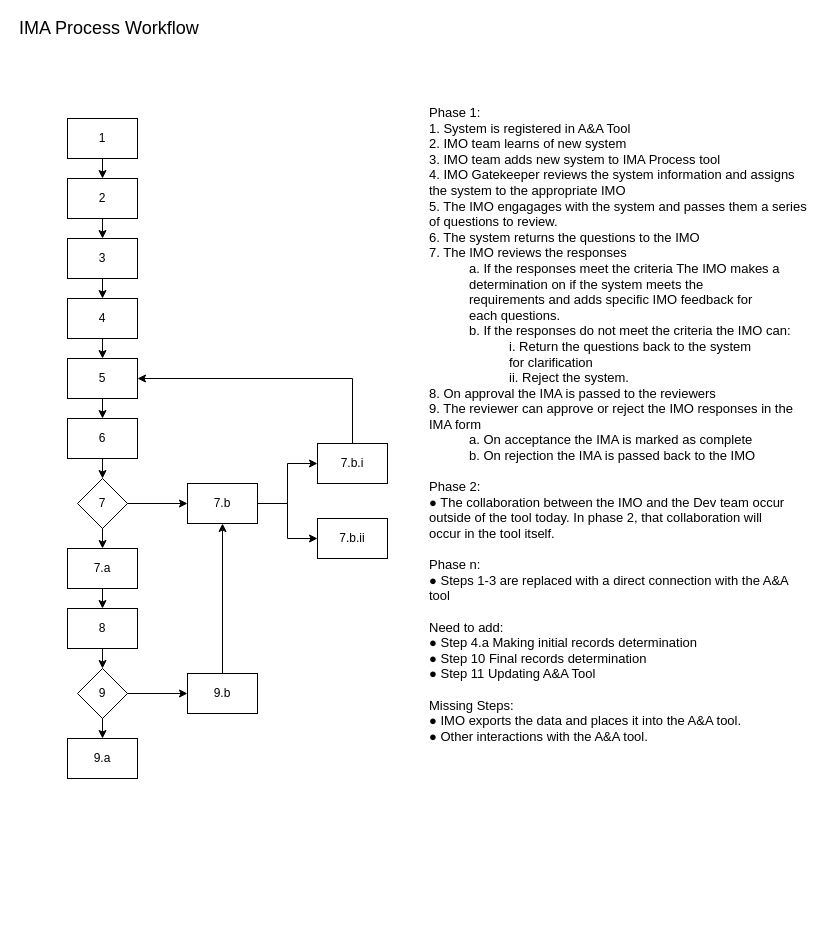
This is page "IMA Process" (1 of 5) of Drawings/Eva/Workflows.drawio from flare891/rmslow, a draw.io file, before an edit. Source tidied: cells renumbered, new cells numbered last; positions are measured from the earlier drawing's top-left corner, leaving out a move shared by most shapes. Both pictures are drawn from the tidied source at 100%, with x=0, y=0 at pixel (17, 18).
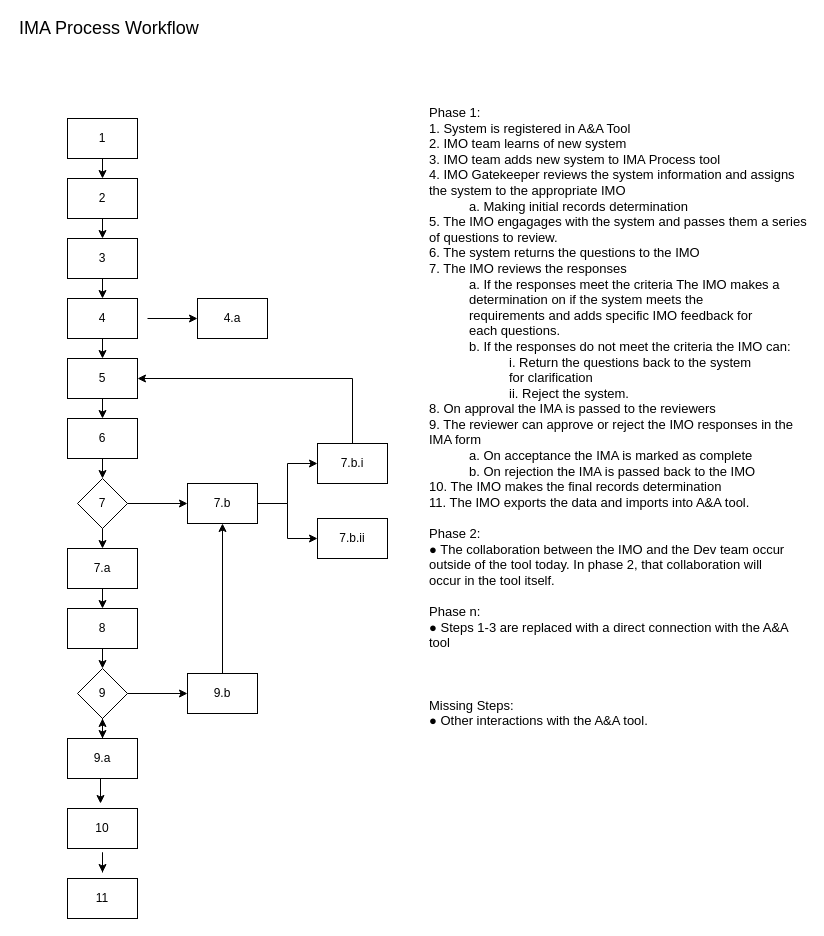
The same page after the edit.

The change refers to these unchanged cells:
```xml
<mxCell id="20" value="9" style="rhombus;whiteSpace=wrap;html=1;" parent="1" vertex="1">
  <mxGeometry x="60" y="650" width="50" height="50" as="geometry" />
</mxCell>
<mxCell id="22" value="9.a" style="rounded=0;whiteSpace=wrap;html=1;" parent="1" vertex="1">
  <mxGeometry x="50" y="720" width="70" height="40" as="geometry" />
</mxCell>
```

The edit, as a diff of the source:
```diff
@@
+    <mxCell id="35" style="edgeStyle=orthogonalEdgeStyle;rounded=0;jettySize=auto;html=1;" parent="1" edge="1" source="22" target="20">
+      <mxGeometry relative="1" as="geometry" />
+    </mxCell>
@@
-    <mxCell id="33" value="Phase 1:&lt;br&gt;1. System is registered in A&amp;amp;A Tool&lt;br&gt;2. IMO team learns of new system&lt;br&gt;3. IMO team adds new system to IMA Process tool&lt;br&gt;4. IMO Gatekeeper reviews the system information and assigns&lt;br&gt;the system to the appropriate IMO&lt;br&gt;5. The IMO engagages with the system and passes them a series&lt;br&gt;of questions to review.&lt;br&gt;6. The system returns the questions to the IMO&lt;br&gt;7. The IMO reviews the responses&lt;br&gt;&lt;blockquote style=&quot;margin: 0 0 0 40px ; border: none ; padding: 0px&quot;&gt;a. If the responses meet the criteria The IMO makes a&lt;br&gt;determination on if the system meets the&lt;br&gt;requirements and adds specific IMO feedback for&lt;br&gt;each questions.&lt;br&gt;b. If the responses do not meet the criteria the IMO can:&lt;br&gt;&lt;/blockquote&gt;&lt;blockquote style=&quot;margin: 0 0 0 40px ; border: none ; padding: 0px&quot;&gt;&lt;blockquote style=&quot;margin: 0 0 0 40px ; border: none ; padding: 0px&quot;&gt;i. Return the questions back to the system&lt;/blockquote&gt;&lt;blockquote style=&quot;margin: 0 0 0 40px ; border: none ; padding: 0px&quot;&gt;for clarification&lt;/blockquote&gt;&lt;blockquote style=&quot;margin: 0 0 0 40px ; border: none ; padding: 0px&quot;&gt;ii. Reject the system.&lt;/blockquote&gt;&lt;/blockquote&gt;8. On approval the IMA is passed to the reviewers&lt;br&gt;9. The reviewer can approve or reject the IMO responses in the&lt;br&gt;IMA form&lt;br&gt;&lt;blockquote style=&quot;margin: 0 0 0 40px ; border: none ; padding: 0px&quot;&gt;a. On acceptance the IMA is marked as complete&lt;br&gt;b. On rejection the IMA is passed back to the IMO&lt;/blockquote&gt;&lt;br&gt;Phase 2:&lt;br&gt;● The collaboration between the IMO and the Dev team occur&lt;br&gt;outside of the tool today. In phase 2, that collaboration will&lt;br&gt;occur in the tool itself.&lt;br&gt;&lt;br&gt;Phase n:&lt;br&gt;● Steps 1-3 are replaced with a direct connection with the A&amp;amp;A&lt;br&gt;tool&lt;br&gt;&lt;br&gt;Need to add:&lt;br&gt;● Step 4.a Making initial records determination&lt;br&gt;● Step 10 Final records determination&lt;br&gt;● Step 11 Updating A&amp;amp;A Tool&lt;br&gt;&lt;br&gt;Missing Steps:&lt;br&gt;● IMO exports the data and places it into the A&amp;amp;A tool.&lt;br&gt;● Other interactions with the A&amp;amp;A tool." style="text;strokeColor=none;fillColor=none;align=left;verticalAlign=top;rounded=0;fontSize=13;whiteSpace=wrap;html=1;" parent="1" vertex="1">
+    <mxCell id="33" value="Phase 1:&lt;br&gt;1. System is registered in A&amp;amp;A Tool&lt;br&gt;2. IMO team learns of new system&lt;br&gt;3. IMO team adds new system to IMA Process tool&lt;br&gt;4. IMO Gatekeeper reviews the system information and assigns&lt;br&gt;the system to the appropriate IMO&lt;br&gt;&lt;blockquote style=&quot;margin: 0 0 0 40px ; border: none ; padding: 0px&quot;&gt;a. Making initial records determination&lt;/blockquote&gt;5. The IMO engagages with the system and passes them a series&lt;br&gt;of questions to review.&lt;br&gt;6. The system returns the questions to the IMO&lt;br&gt;7. The IMO reviews the responses&lt;br&gt;&lt;blockquote style=&quot;margin: 0 0 0 40px ; border: none ; padding: 0px&quot;&gt;a. If the responses meet the criteria The IMO makes a&lt;br&gt;determination on if the system meets the&lt;br&gt;requirements and adds specific IMO feedback for&lt;br&gt;each questions.&lt;br&gt;b. If the responses do not meet the criteria the IMO can:&lt;br&gt;&lt;/blockquote&gt;&lt;blockquote style=&quot;margin: 0 0 0 40px ; border: none ; padding: 0px&quot;&gt;&lt;blockquote style=&quot;margin: 0 0 0 40px ; border: none ; padding: 0px&quot;&gt;i. Return the questions back to the system&lt;/blockquote&gt;&lt;blockquote style=&quot;margin: 0 0 0 40px ; border: none ; padding: 0px&quot;&gt;for clarification&lt;/blockquote&gt;&lt;blockquote style=&quot;margin: 0 0 0 40px ; border: none ; padding: 0px&quot;&gt;ii. Reject the system.&lt;/blockquote&gt;&lt;/blockquote&gt;8. On approval the IMA is passed to the reviewers&lt;br&gt;9. The reviewer can approve or reject the IMO responses in the&lt;br&gt;IMA form&lt;br&gt;&lt;blockquote style=&quot;margin: 0 0 0 40px ; border: none ; padding: 0px&quot;&gt;a. On acceptance the IMA is marked as complete&lt;br&gt;b. On rejection the IMA is passed back to the IMO&lt;/blockquote&gt;10. The IMO makes the final records determination&lt;br&gt;11. The IMO exports the data and imports into A&amp;amp;A tool.&lt;br&gt;&lt;br&gt;Phase 2:&lt;br&gt;● The collaboration between the IMO and the Dev team occur&lt;br&gt;outside of the tool today. In phase 2, that collaboration will&lt;br&gt;occur in the tool itself.&lt;br&gt;&lt;br&gt;Phase n:&lt;br&gt;● Steps 1-3 are replaced with a direct connection with the A&amp;amp;A&lt;br&gt;tool&lt;br&gt;&lt;br&gt;&lt;br&gt;&lt;br&gt;Missing Steps:&lt;br&gt;● Other interactions with the A&amp;amp;A tool." style="text;strokeColor=none;fillColor=none;align=left;verticalAlign=top;rounded=0;fontSize=13;whiteSpace=wrap;html=1;" parent="1" vertex="1">
       <mxGeometry x="410" y="80" width="380" height="710" as="geometry" />
     </mxCell>
@@
+    <mxCell id="36" style="endArrow=classic;html=1;" parent="1" edge="1">
+      <mxGeometry relative="1" as="geometry">
+        <mxPoint x="130" y="300" as="sourcePoint" />
+        <mxPoint x="180" y="300" as="targetPoint" />
+      </mxGeometry>
+    </mxCell>
+    <mxCell id="37" value="4.a" style="rounded=0;whiteSpace=wrap;html=1;" parent="1" vertex="1">
+      <mxGeometry x="180" y="280" width="70" height="40" as="geometry" />
+    </mxCell>
+    <mxCell id="38" style="edgeStyle=orthogonalEdgeStyle;rounded=0;orthogonalLoop=1;jettySize=auto;html=1;" parent="1" edge="1">
+      <mxGeometry relative="1" as="geometry">
+        <mxPoint x="85" y="854" as="sourcePoint" />
+        <mxPoint x="85" y="854" as="targetPoint" />
+        <Array as="points">
+          <mxPoint x="84.5" y="834" />
+          <mxPoint x="84.5" y="834" />
+        </Array>
+      </mxGeometry>
+    </mxCell>
+    <mxCell id="39" style="edgeStyle=orthogonalEdgeStyle;rounded=0;jettySize=auto;html=1;exitX=0.5;exitY=1;exitDx=0;exitDy=0;" parent="1" edge="1" source="22">
+      <mxGeometry relative="1" as="geometry">
+        <mxPoint x="83" y="785" as="targetPoint" />
+      </mxGeometry>
+    </mxCell>
+    <mxCell id="40" value="10" style="rounded=0;whiteSpace=wrap;html=1;" parent="1" vertex="1">
+      <mxGeometry x="50" y="790" width="70" height="40" as="geometry" />
+    </mxCell>
+    <mxCell id="41" value="11" style="rounded=0;whiteSpace=wrap;html=1;" parent="1" vertex="1">
+      <mxGeometry x="50" y="860" width="70" height="40" as="geometry" />
+    </mxCell>
```
